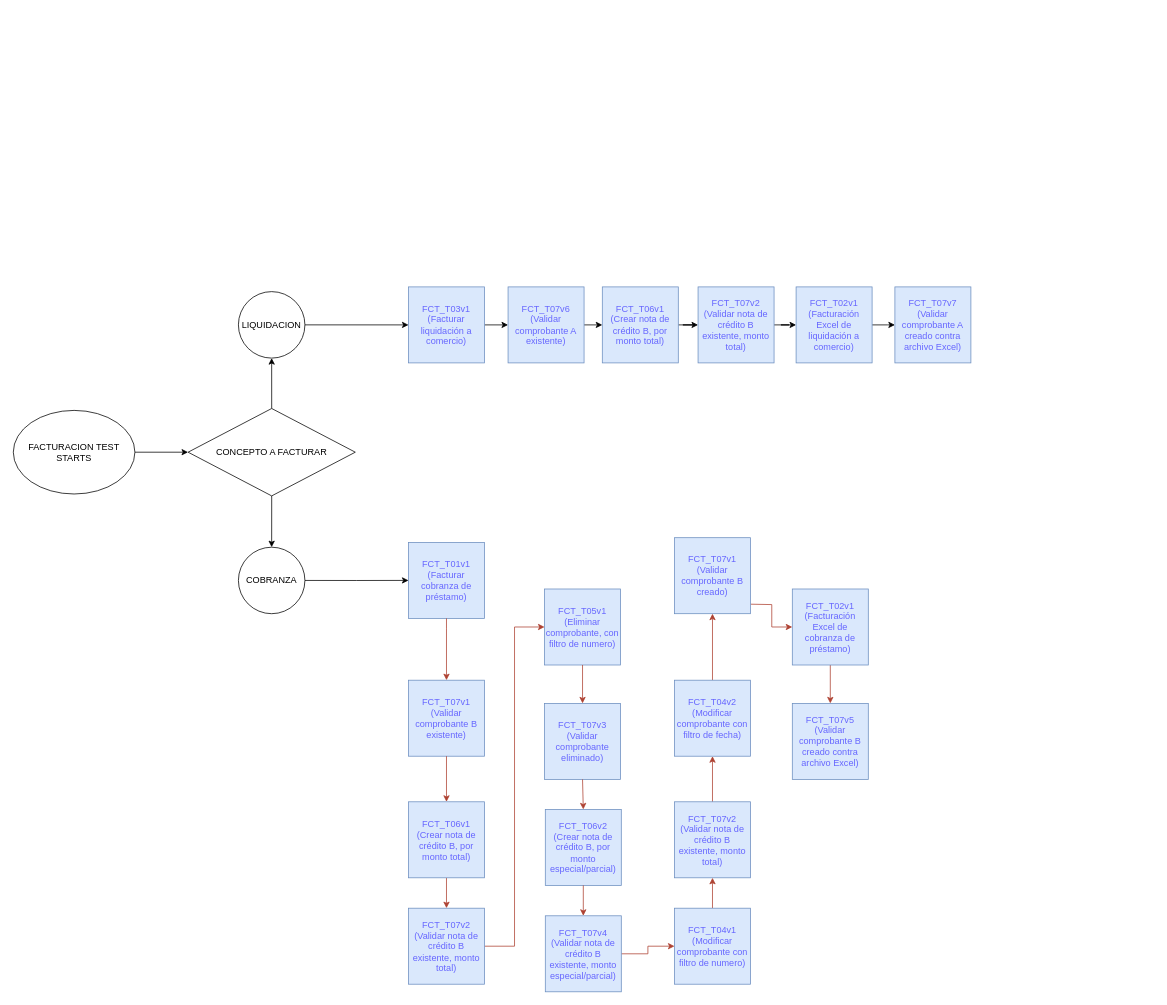
The draw.io diagram Diagrama Facturacion Test.drawio in FrancoSotoDivInf/ip-public-repo-2c2024, before the edit. Source tidied: cells renumbered, new cells numbered last; positions are measured from the earlier drawing's top-left corner, leaving out a move shared by most shapes. Both pictures are drawn from the tidied source at 76%, with x=0, y=0 at pixel (13, 287).
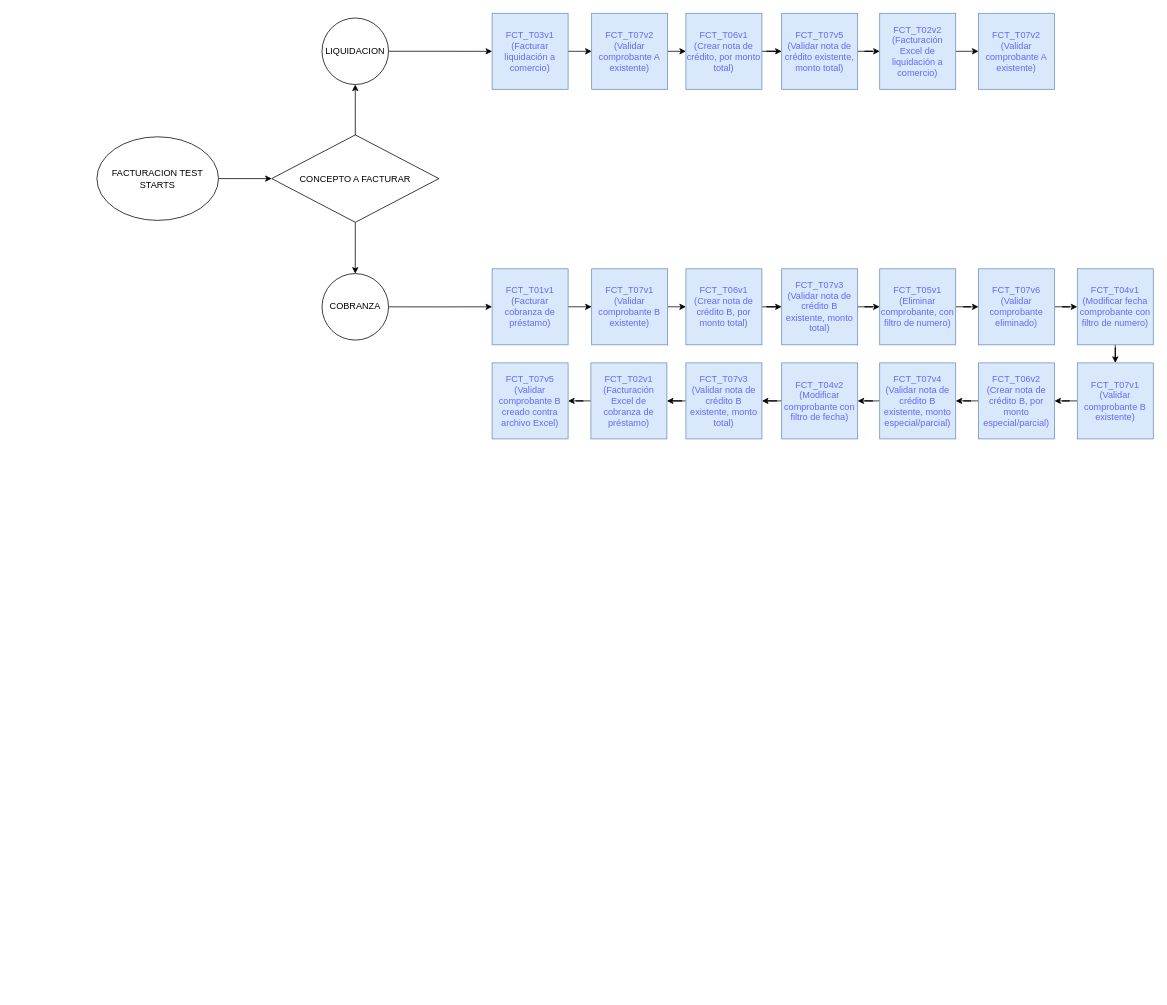
The same page after the edit.

Diff of the diagram source:
```diff
@@
+    <mxCell id="8" style="edgeStyle=orthogonalEdgeStyle;rounded=0;jettySize=auto;html=1;exitX=1;exitY=0.5;exitDx=0;exitDy=0;entryX=0;entryY=0.5;entryDx=0;entryDy=0;" parent="1" edge="1" source="2" target="3">
+      <mxGeometry relative="1" as="geometry" />
+    </mxCell>
     <mxCell id="2" value="&lt;div&gt;FCT_T01v1&lt;/div&gt;&lt;div&gt;(Facturar cobranza de préstamo)&lt;/div&gt;" style="whiteSpace=wrap;html=1;fillColor=#dae8fc;strokeColor=#6c8ebf;fontColor=#6666FF;" parent="1" vertex="1">
-      <mxGeometry x="520" y="336.2" width="100" height="100" as="geometry" />
+      <mxGeometry x="630" y="-23.8" width="100" height="100" as="geometry" />
     </mxCell>
+    <mxCell id="9" style="edgeStyle=orthogonalEdgeStyle;rounded=0;jettySize=auto;html=1;exitX=1;exitY=0.5;exitDx=0;exitDy=0;entryX=0;entryY=0.5;entryDx=0;entryDy=0;" parent="1" edge="1" source="3" target="5">
+      <mxGeometry relative="1" as="geometry" />
+    </mxCell>
     <mxCell id="3" value="&lt;div&gt;FCT_T07v1&lt;/div&gt;&lt;div&gt;(Validar comprobante B existente)&lt;/div&gt;" style="whiteSpace=wrap;html=1;fillColor=#dae8fc;strokeColor=#6c8ebf;labelBackgroundColor=none;labelBorderColor=none;fontColor=#6666FF;" parent="1" vertex="1">
-      <mxGeometry x="520" y="517.5" width="100" height="100" as="geometry" />
+      <mxGeometry x="761" y="-23.8" width="100" height="100" as="geometry" />
     </mxCell>
-    <mxCell id="4" style="edgeStyle=orthogonalEdgeStyle;rounded=0;jettySize=auto;html=1;exitX=0.5;exitY=1;exitDx=0;exitDy=0;entryX=0.5;entryY=0;entryDx=0;entryDy=0;fillColor=#fad9d5;strokeColor=#ae4132;" parent="1" edge="1" source="5" target="7">
+    <mxCell id="4" style="edgeStyle=orthogonalEdgeStyle;rounded=0;jettySize=auto;html=1;" parent="1" edge="1" source="5" target="7">
       <mxGeometry relative="1" as="geometry" />
     </mxCell>
     <mxCell id="5" value="&lt;div&gt;FCT_T06v1&lt;/div&gt;&lt;div&gt;(Crear nota de crédito B, por monto total)&lt;/div&gt;" style="whiteSpace=wrap;html=1;fillColor=#dae8fc;strokeColor=#6c8ebf;fontColor=#6666FF;" parent="1" vertex="1">
-      <mxGeometry x="520" y="677.5" width="100" height="100" as="geometry" />
+      <mxGeometry x="885" y="-23.8" width="100" height="100" as="geometry" />
     </mxCell>
-    <mxCell id="6" style="edgeStyle=orthogonalEdgeStyle;rounded=0;jettySize=auto;html=1;exitX=1;exitY=0.5;exitDx=0;exitDy=0;entryX=0;entryY=0.5;entryDx=0;entryDy=0;fillColor=#fad9d5;strokeColor=#ae4132;" parent="1" edge="1" source="7" target="10">
+    <mxCell id="6" style="edgeStyle=orthogonalEdgeStyle;rounded=0;jettySize=auto;html=1;" parent="1" edge="1" source="7" target="10">
       <mxGeometry relative="1" as="geometry" />
     </mxCell>
-    <mxCell id="7" value="&lt;div&gt;&lt;span style=&quot;background-color: initial;&quot;&gt;FCT_T07v2&lt;/span&gt;&lt;/div&gt;&lt;div&gt;(Validar nota de crédito B existente, monto total)&lt;/div&gt;" style="whiteSpace=wrap;html=1;fillColor=#dae8fc;strokeColor=#6c8ebf;fontColor=#6666FF;" parent="1" vertex="1">
-      <mxGeometry x="520" y="817.5" width="100" height="100" as="geometry" />
+    <mxCell id="7" value="&lt;div&gt;&lt;span style=&quot;background-color: initial;&quot;&gt;FCT_T07v3&lt;/span&gt;&lt;/div&gt;&lt;div&gt;(Validar nota de crédito B existente, monto total)&lt;/div&gt;" style="whiteSpace=wrap;html=1;fillColor=#dae8fc;strokeColor=#6c8ebf;fontColor=#6666FF;" parent="1" vertex="1">
+      <mxGeometry x="1011" y="-23.8" width="100" height="100" as="geometry" />
     </mxCell>
-    <mxCell id="8" style="endArrow=classic;html=1;rounded=0;exitX=0.5;exitY=1;exitDx=0;exitDy=0;entryX=0.5;entryY=0;entryDx=0;entryDy=0;fillColor=#fad9d5;strokeColor=#ae4132;" parent="1" edge="1" source="2" target="3">
-      <mxGeometry relative="1" as="geometry">
-        <Array as="points">
-          <mxPoint x="570" y="450" />
-        </Array>
-      </mxGeometry>
-    </mxCell>
-    <mxCell id="9" style="endArrow=classic;html=1;rounded=0;exitX=0.5;exitY=1;exitDx=0;exitDy=0;entryX=0.5;entryY=0;entryDx=0;entryDy=0;fillColor=#fad9d5;strokeColor=#ae4132;" parent="1" edge="1" source="3" target="5">
-      <mxGeometry relative="1" as="geometry" />
-    </mxCell>
+    <mxCell id="49" style="edgeStyle=orthogonalEdgeStyle;rounded=0;jettySize=auto;html=1;" parent="1" edge="1" source="10" target="11">
+      <mxGeometry relative="1" as="geometry" />
+    </mxCell>
     <mxCell id="10" value="&lt;div&gt;FCT_T05v1&lt;/div&gt;&lt;div&gt;(Eliminar comprobante, con filtro de numero)&lt;/div&gt;" style="whiteSpace=wrap;html=1;fillColor=#dae8fc;strokeColor=#6c8ebf;fontColor=#6666FF;" parent="1" vertex="1">
-      <mxGeometry x="699" y="397.5" width="100" height="100" as="geometry" />
+      <mxGeometry x="1140" y="-23.8" width="100" height="100" as="geometry" />
     </mxCell>
+    <mxCell id="50" style="edgeStyle=orthogonalEdgeStyle;rounded=0;jettySize=auto;html=1;" parent="1" edge="1" source="11" target="24">
+      <mxGeometry relative="1" as="geometry" />
+    </mxCell>
-    <mxCell id="11" value="&lt;div&gt;FCT_T07v3&lt;/div&gt;&lt;div&gt;(Validar comprobante eliminado)&lt;/div&gt;" style="whiteSpace=wrap;html=1;fillColor=#dae8fc;strokeColor=#6c8ebf;fontColor=#6666FF;" parent="1" vertex="1">
-      <mxGeometry x="699" y="548" width="100" height="100" as="geometry" />
+    <mxCell id="11" value="&lt;div&gt;FCT_T07v6&lt;/div&gt;&lt;div&gt;(Validar comprobante eliminado)&lt;/div&gt;" style="whiteSpace=wrap;html=1;fillColor=#dae8fc;strokeColor=#6c8ebf;fontColor=#6666FF;" parent="1" vertex="1">
+      <mxGeometry x="1270" y="-23.8" width="100" height="100" as="geometry" />
     </mxCell>
+    <mxCell id="17" style="edgeStyle=orthogonalEdgeStyle;rounded=0;jettySize=auto;html=1;" parent="1" edge="1" source="12" target="14">
+      <mxGeometry relative="1" as="geometry" />
+    </mxCell>
     <mxCell id="12" value="&lt;div&gt;FCT_T06v2&lt;/div&gt;&lt;div&gt;(Crear nota de crédito B, por monto especial/parcial)&lt;/div&gt;" style="whiteSpace=wrap;html=1;fillColor=#dae8fc;strokeColor=#6c8ebf;fontColor=#6666FF;" parent="1" vertex="1">
-      <mxGeometry x="700" y="687.5" width="100" height="100" as="geometry" />
+      <mxGeometry x="1270" y="100" width="100" height="100" as="geometry" />
     </mxCell>
-    <mxCell id="13" style="edgeStyle=orthogonalEdgeStyle;rounded=0;jettySize=auto;html=1;exitX=1;exitY=0.5;exitDx=0;exitDy=0;entryX=1;entryY=0.5;entryDx=0;entryDy=0;fillColor=#fad9d5;strokeColor=#ae4132;" parent="1" edge="1" source="14" target="24">
-      <mxGeometry relative="1" as="geometry" />
-    </mxCell>
+    <mxCell id="51" style="edgeStyle=orthogonalEdgeStyle;rounded=0;jettySize=auto;html=1;" parent="1" edge="1" source="14" target="26">
+      <mxGeometry relative="1" as="geometry" />
+    </mxCell>
     <mxCell id="14" value="&lt;div&gt;FCT_T07v4&lt;/div&gt;&lt;div&gt;(Validar nota de crédito B existente, monto especial/parcial)&lt;/div&gt;" style="whiteSpace=wrap;html=1;fillColor=#dae8fc;strokeColor=#6c8ebf;fontColor=#6666FF;" parent="1" vertex="1">
-      <mxGeometry x="700" y="827.5" width="100" height="100" as="geometry" />
+      <mxGeometry x="1140" y="100" width="100" height="100" as="geometry" />
     </mxCell>
-    <mxCell id="15" style="endArrow=classic;html=1;rounded=0;entryX=0.5;entryY=0;entryDx=0;entryDy=0;fillColor=#fad9d5;strokeColor=#ae4132;" parent="1" edge="1" target="11">
-      <mxGeometry relative="1" as="geometry">
-        <mxPoint x="749" y="497.5" as="sourcePoint" />
-      </mxGeometry>
-    </mxCell>
-    <mxCell id="16" style="endArrow=classic;html=1;rounded=0;exitX=0.5;exitY=1;exitDx=0;exitDy=0;entryX=0.5;entryY=0;entryDx=0;entryDy=0;fillColor=#fad9d5;strokeColor=#ae4132;" parent="1" edge="1" source="11" target="12">
-      <mxGeometry relative="1" as="geometry" />
-    </mxCell>
-    <mxCell id="17" style="endArrow=classic;html=1;rounded=0;exitX=0.5;exitY=1;exitDx=0;exitDy=0;entryX=0.5;entryY=0;entryDx=0;entryDy=0;fillColor=#fad9d5;strokeColor=#ae4132;" parent="1" edge="1" source="12" target="14">
-      <mxGeometry relative="1" as="geometry" />
-    </mxCell>
-    <mxCell id="18" style="edgeStyle=orthogonalEdgeStyle;rounded=0;jettySize=auto;html=1;fillColor=#fad9d5;strokeColor=#ae4132;" parent="1" edge="1" source="19" target="20">
+    <mxCell id="18" style="edgeStyle=orthogonalEdgeStyle;rounded=0;jettySize=auto;html=1;" parent="1" edge="1" source="19" target="20">
       <mxGeometry relative="1" as="geometry" />
     </mxCell>
     <mxCell id="19" value="&lt;div&gt;FCT_T02v1&lt;/div&gt;&lt;div&gt;(Facturación Excel de cobranza de préstamo)&lt;/div&gt;" style="whiteSpace=wrap;html=1;direction=west;flipV=1;flipH=1;fillColor=#dae8fc;strokeColor=#6c8ebf;fontColor=#6666FF;" parent="1" vertex="1">
-      <mxGeometry x="1025" y="397.5" width="100" height="100" as="geometry" />
+      <mxGeometry x="760" y="100" width="100" height="100" as="geometry" />
     </mxCell>
     <mxCell id="20" value="&lt;div&gt;&lt;font&gt;FCT_T07v5&lt;/font&gt;&lt;/div&gt;&lt;div&gt;&lt;font&gt;(Validar comprobante B creado contra archivo Excel)&lt;/font&gt;&lt;/div&gt;" style="whiteSpace=wrap;html=1;direction=west;flipV=1;flipH=1;fillColor=#dae8fc;strokeColor=#6c8ebf;fontColor=#6666FF;" parent="1" vertex="1">
-      <mxGeometry x="1025" y="548" width="100" height="100" as="geometry" />
+      <mxGeometry x="630" y="100" width="100" height="100" as="geometry" />
     </mxCell>
-    <mxCell id="21" style="edgeStyle=orthogonalEdgeStyle;rounded=0;jettySize=auto;html=1;exitX=0.5;exitY=1;exitDx=0;exitDy=0;entryX=0.5;entryY=0;entryDx=0;entryDy=0;fillColor=#fad9d5;strokeColor=#ae4132;" parent="1" edge="1" source="22" target="26">
-      <mxGeometry relative="1" as="geometry" />
-    </mxCell>
+    <mxCell id="52" style="edgeStyle=orthogonalEdgeStyle;rounded=0;jettySize=auto;html=1;" parent="1" edge="1" source="22" target="12">
+      <mxGeometry relative="1" as="geometry" />
+    </mxCell>
-    <mxCell id="22" value="&lt;div&gt;&lt;span style=&quot;background-color: initial;&quot;&gt;FCT_T07v2&lt;/span&gt;&lt;/div&gt;&lt;div&gt;&lt;div&gt;(Validar nota de crédito B existente, monto total)&lt;/div&gt;&lt;/div&gt;" style="whiteSpace=wrap;html=1;direction=west;flipV=1;flipH=1;fillColor=#dae8fc;strokeColor=#6c8ebf;fontColor=#6666FF;" parent="1" vertex="1">
-      <mxGeometry x="870" y="677.5" width="100" height="100" as="geometry" />
+    <mxCell id="22" value="&lt;div&gt;FCT_T07v1&lt;/div&gt;&lt;div&gt;(Validar comprobante B existente)&lt;/div&gt;" style="whiteSpace=wrap;html=1;direction=west;flipV=1;flipH=1;fillColor=#dae8fc;strokeColor=#6c8ebf;fontColor=#6666FF;" parent="1" vertex="1">
+      <mxGeometry x="1400" y="100" width="100" height="100" as="geometry" />
     </mxCell>
-    <mxCell id="23" style="edgeStyle=orthogonalEdgeStyle;rounded=0;jettySize=auto;html=1;exitX=0.5;exitY=1;exitDx=0;exitDy=0;entryX=0.5;entryY=0;entryDx=0;entryDy=0;fillColor=#fad9d5;strokeColor=#ae4132;" parent="1" edge="1" source="24" target="22">
-      <mxGeometry relative="1" as="geometry">
-        <Array as="points">
-          <mxPoint x="920" y="797.5" />
-          <mxPoint x="920" y="797.5" />
-        </Array>
-      </mxGeometry>
+    <mxCell id="23" style="edgeStyle=orthogonalEdgeStyle;rounded=0;jettySize=auto;html=1;" parent="1" edge="1" source="24" target="22">
+      <mxGeometry relative="1" as="geometry" />
     </mxCell>
-    <mxCell id="24" value="FCT_T04v1&lt;br&gt;(Modificar comprobante con filtro de numero)" style="whiteSpace=wrap;html=1;direction=west;flipV=1;flipH=1;fillColor=#dae8fc;strokeColor=#6c8ebf;fontColor=#6666FF;" parent="1" vertex="1">
-      <mxGeometry x="870" y="817.5" width="100" height="100" as="geometry" />
+    <mxCell id="24" value="FCT_T04v1&lt;br&gt;(Modificar fecha comprobante con filtro de numero)" style="whiteSpace=wrap;html=1;direction=west;flipV=1;flipH=1;fillColor=#dae8fc;strokeColor=#6c8ebf;fontColor=#6666FF;" parent="1" vertex="1">
+      <mxGeometry x="1400" y="-23.8" width="100" height="100" as="geometry" />
     </mxCell>
-    <mxCell id="25" style="edgeStyle=orthogonalEdgeStyle;rounded=0;jettySize=auto;html=1;exitX=0.5;exitY=1;exitDx=0;exitDy=0;entryX=0.5;entryY=1;entryDx=0;entryDy=0;fillColor=#fad9d5;strokeColor=#ae4132;" parent="1" edge="1" source="26" target="28">
+    <mxCell id="25" style="edgeStyle=orthogonalEdgeStyle;rounded=0;jettySize=auto;html=1;" parent="1" edge="1" source="26" target="28">
       <mxGeometry relative="1" as="geometry" />
     </mxCell>
     <mxCell id="26" value="FCT_T04v2&lt;br&gt;(Modificar comprobante con filtro de fecha)" style="whiteSpace=wrap;html=1;direction=west;flipV=1;flipH=1;fillColor=#dae8fc;strokeColor=#6c8ebf;fontColor=#6666FF;" parent="1" vertex="1">
-      <mxGeometry x="870" y="517.5" width="100" height="100" as="geometry" />
+      <mxGeometry x="1011" y="100" width="100" height="100" as="geometry" />
     </mxCell>
-    <mxCell id="27" style="edgeStyle=orthogonalEdgeStyle;rounded=0;jettySize=auto;html=1;exitX=1;exitY=0.5;exitDx=0;exitDy=0;entryX=1;entryY=0.5;entryDx=0;entryDy=0;fillColor=#fad9d5;strokeColor=#ae4132;" parent="1" edge="1" target="19">
-      <mxGeometry relative="1" as="geometry">
-        <mxPoint x="970" y="417.5" as="sourcePoint" />
-      </mxGeometry>
-    </mxCell>
+    <mxCell id="53" style="edgeStyle=orthogonalEdgeStyle;rounded=0;jettySize=auto;html=1;" parent="1" edge="1" source="28" target="19">
+      <mxGeometry relative="1" as="geometry" />
+    </mxCell>
-    <mxCell id="28" value="&lt;div&gt;FCT_T07v1&lt;/div&gt;&lt;div&gt;(Validar comprobante B creado)&lt;/div&gt;" style="whiteSpace=wrap;html=1;fillColor=#dae8fc;strokeColor=#6c8ebf;labelBackgroundColor=none;labelBorderColor=none;fontColor=#6666FF;" parent="1" vertex="1">
-      <mxGeometry x="870" y="330" width="100" height="100" as="geometry" />
+    <mxCell id="28" value="&lt;div&gt;&lt;span style=&quot;background-color: initial;&quot;&gt;FCT_T07v3&lt;/span&gt;&lt;/div&gt;&lt;div&gt;(Validar nota de crédito B existente, monto total)&lt;/div&gt;" style="whiteSpace=wrap;html=1;fillColor=#dae8fc;strokeColor=#6c8ebf;labelBackgroundColor=none;labelBorderColor=none;fontColor=#6666FF;" parent="1" vertex="1">
+      <mxGeometry x="885" y="100" width="100" height="100" as="geometry" />
     </mxCell>
@@
     <mxCell id="30" value="&lt;div&gt;FCT_T03v1&lt;/div&gt;&lt;div&gt;(Facturar liquidación a comercio)&lt;/div&gt;" style="whiteSpace=wrap;html=1;fillColor=#dae8fc;strokeColor=#6c8ebf;fontColor=#6666FF;" parent="1" vertex="1">
-      <mxGeometry x="520" width="100" height="100" as="geometry" />
+      <mxGeometry x="630" y="-360" width="100" height="100" as="geometry" />
     </mxCell>
@@
-    <mxCell id="32" value="&lt;div&gt;FCT_T07v6&lt;/div&gt;&lt;div&gt;(Validar comprobante A existente)&lt;/div&gt;" style="whiteSpace=wrap;html=1;fillColor=#dae8fc;strokeColor=#6c8ebf;labelBackgroundColor=none;labelBorderColor=none;fontColor=#6666FF;" parent="1" vertex="1">
-      <mxGeometry x="651" width="100" height="100" as="geometry" />
+    <mxCell id="32" value="&lt;div&gt;FCT_T07v2&lt;/div&gt;&lt;div&gt;(Validar comprobante A existente)&lt;/div&gt;" style="whiteSpace=wrap;html=1;fillColor=#dae8fc;strokeColor=#6c8ebf;labelBackgroundColor=none;labelBorderColor=none;fontColor=#6666FF;" parent="1" vertex="1">
+      <mxGeometry x="761" y="-360" width="100" height="100" as="geometry" />
     </mxCell>
@@
-    <mxCell id="34" value="&lt;div&gt;FCT_T06v1&lt;/div&gt;&lt;div&gt;(Crear nota de crédito B, por monto total)&lt;/div&gt;" style="whiteSpace=wrap;html=1;fillColor=#dae8fc;strokeColor=#6c8ebf;fontColor=#6666FF;" parent="1" vertex="1">
-      <mxGeometry x="775" width="100" height="100" as="geometry" />
+    <mxCell id="34" value="&lt;div&gt;FCT_T06v1&lt;/div&gt;&lt;div&gt;(Crear nota de crédito, por monto total)&lt;/div&gt;" style="whiteSpace=wrap;html=1;fillColor=#dae8fc;strokeColor=#6c8ebf;fontColor=#6666FF;" parent="1" vertex="1">
+      <mxGeometry x="885" y="-360" width="100" height="100" as="geometry" />
     </mxCell>
@@
-    <mxCell id="36" value="&lt;div&gt;&lt;span style=&quot;background-color: initial;&quot;&gt;FCT_T07v2&lt;/span&gt;&lt;/div&gt;&lt;div&gt;(Validar nota de crédito B existente, monto total)&lt;/div&gt;" style="whiteSpace=wrap;html=1;fillColor=#dae8fc;strokeColor=#6c8ebf;fontColor=#6666FF;" parent="1" vertex="1">
-      <mxGeometry x="901" width="100" height="100" as="geometry" />
+    <mxCell id="36" value="&lt;div&gt;&lt;span style=&quot;background-color: initial;&quot;&gt;FCT_T07v5&lt;/span&gt;&lt;/div&gt;&lt;div&gt;(Validar nota de crédito existente, monto total)&lt;/div&gt;" style="whiteSpace=wrap;html=1;fillColor=#dae8fc;strokeColor=#6c8ebf;fontColor=#6666FF;" parent="1" vertex="1">
+      <mxGeometry x="1011" y="-360" width="100" height="100" as="geometry" />
     </mxCell>
     <mxCell id="37" style="edgeStyle=orthogonalEdgeStyle;rounded=0;jettySize=auto;html=1;" parent="1" edge="1" source="38">
       <mxGeometry relative="1" as="geometry">
-        <mxPoint x="1160" y="50" as="targetPoint" />
+        <mxPoint x="1270" y="-310" as="targetPoint" />
       </mxGeometry>
     </mxCell>
-    <mxCell id="38" value="&lt;div&gt;FCT_T02v1&lt;/div&gt;&lt;div&gt;(Facturación Excel de liquidación a comercio)&lt;/div&gt;" style="whiteSpace=wrap;html=1;direction=west;flipV=1;flipH=1;fillColor=#dae8fc;strokeColor=#6c8ebf;fontColor=#6666FF;" parent="1" vertex="1">
-      <mxGeometry x="1030" width="100" height="100" as="geometry" />
+    <mxCell id="38" value="&lt;div&gt;FCT_T02v2&lt;/div&gt;&lt;div&gt;(Facturación Excel de liquidación a comercio)&lt;/div&gt;" style="whiteSpace=wrap;html=1;direction=west;flipV=1;flipH=1;fillColor=#dae8fc;strokeColor=#6c8ebf;fontColor=#6666FF;" parent="1" vertex="1">
+      <mxGeometry x="1140" y="-360" width="100" height="100" as="geometry" />
     </mxCell>
-    <mxCell id="39" value="&lt;div&gt;&lt;font&gt;FCT_T07v7&lt;/font&gt;&lt;/div&gt;&lt;div&gt;&lt;font&gt;(Validar comprobante A creado contra archivo Excel)&lt;/font&gt;&lt;/div&gt;" style="whiteSpace=wrap;html=1;direction=west;flipV=1;flipH=1;fillColor=#dae8fc;strokeColor=#6c8ebf;fontColor=#6666FF;" parent="1" vertex="1">
-      <mxGeometry x="1160" width="100" height="100" as="geometry" />
+    <mxCell id="39" value="&lt;div&gt;&lt;font&gt;FCT_T07v2&lt;/font&gt;&lt;/div&gt;&lt;div&gt;(Validar comprobante A existente)&lt;/div&gt;" style="whiteSpace=wrap;html=1;direction=west;flipV=1;flipH=1;fillColor=#dae8fc;strokeColor=#6c8ebf;fontColor=#6666FF;" parent="1" vertex="1">
+      <mxGeometry x="1270" y="-360" width="100" height="100" as="geometry" />
     </mxCell>
@@
     <mxCell id="41" value="FACTURACION TEST STARTS" style="ellipse;whiteSpace=wrap;html=1;" parent="1" vertex="1">
-      <mxGeometry y="162.5" width="160" height="110" as="geometry" />
+      <mxGeometry x="110" y="-197.5" width="160" height="110" as="geometry" />
     </mxCell>
@@
     <mxCell id="44" value="CONCEPTO A FACTURAR" style="rhombus;whiteSpace=wrap;html=1;" parent="1" vertex="1">
-      <mxGeometry x="230" y="160" width="220" height="115" as="geometry" />
+      <mxGeometry x="340" y="-200" width="220" height="115" as="geometry" />
     </mxCell>
@@
     <mxCell id="46" value="LIQUIDACION" style="ellipse;whiteSpace=wrap;html=1;" parent="1" vertex="1">
-      <mxGeometry x="296.2" y="6.2" width="87.5" height="87.5" as="geometry" />
+      <mxGeometry x="406.2" y="-353.8" width="87.5" height="87.5" as="geometry" />
     </mxCell>
@@
     <mxCell id="48" value="COBRANZA" style="ellipse;whiteSpace=wrap;html=1;" parent="1" vertex="1">
-      <mxGeometry x="296.2" y="342.5" width="87.5" height="87.5" as="geometry" />
+      <mxGeometry x="406.2" y="-17.5" width="87.5" height="87.5" as="geometry" />
     </mxCell>
```
